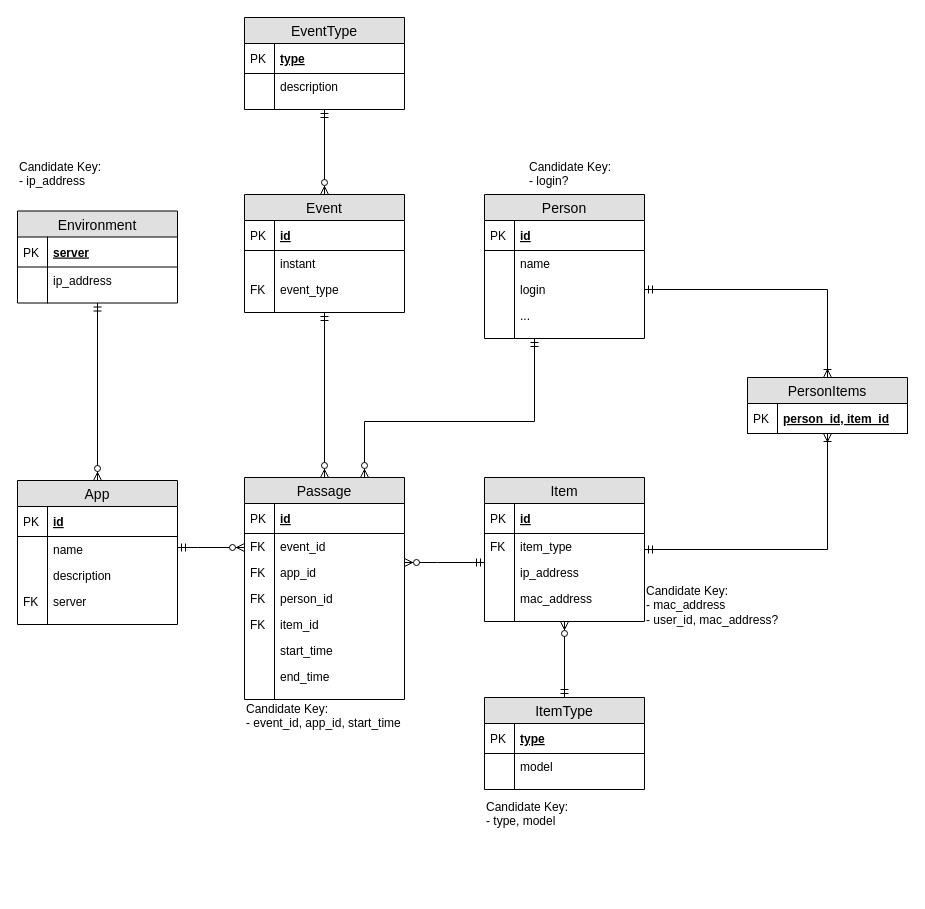
Above: page "ER Extended" (2 of 2) of documentation/models/db_model.drawio in apm1005/TFG (draw.io), before the change. Source tidied: cells renumbered, new cells numbered last; positions are measured from the earlier drawing's top-left corner, leaving out a move shared by most shapes. Both pictures are drawn from the tidied source at 100%, with x=0, y=0 at pixel (17, 17).
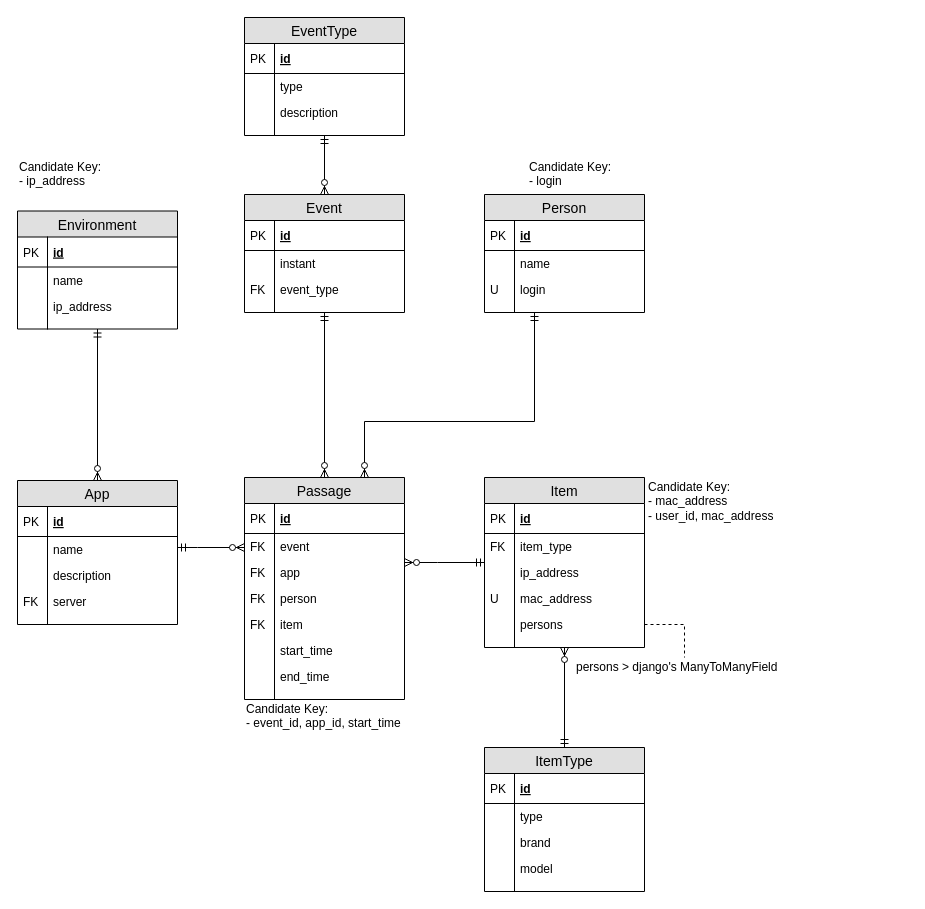
The same page after the edit.

Commit message:
Add documentation for data model #49

The change refers to these unchanged cells:
```xml
<mxCell id="26" value="Passage" style="swimlane;fontStyle=0;horizontal=1;startSize=26;fillColor=#e0e0e0;swimlaneFillColor=#ffffff;align=center;fontSize=14;" parent="1" vertex="1">
  <mxGeometry x="227" y="460" width="160" height="222" as="geometry" />
</mxCell>
<mxCell id="56" value="login" style="shape=partialRectangle;top=0;left=0;right=0;bottom=0;align=left;verticalAlign=top;fillColor=none;spacingLeft=34;spacingRight=4;overflow=hidden;points=[[0,0.5],[1,0.5]];portConstraint=eastwest;fontSize=12;" parent="51" vertex="1">
  <mxGeometry y="82" width="160" height="26" as="geometry" />
</mxCell>
<mxCell id="71" value="mac_address" style="shape=partialRectangle;top=0;left=0;right=0;bottom=0;align=left;verticalAlign=top;fillColor=none;spacingLeft=34;spacingRight=4;overflow=hidden;fontSize=12;" parent="64" vertex="1">
  <mxGeometry y="108" width="160" height="26" as="geometry" />
</mxCell>
```

What changed in the source:
```diff
@@
-    <mxCell id="29" value="event_id" style="shape=partialRectangle;top=0;left=0;right=0;bottom=0;align=left;verticalAlign=top;fillColor=none;spacingLeft=34;spacingRight=4;overflow=hidden;fontSize=12;" parent="26" vertex="1">
+    <mxCell id="29" value="event" style="shape=partialRectangle;top=0;left=0;right=0;bottom=0;align=left;verticalAlign=top;fillColor=none;spacingLeft=34;spacingRight=4;overflow=hidden;fontSize=12;" parent="26" vertex="1">
       <mxGeometry y="56" width="160" height="26" as="geometry" />
     </mxCell>
@@
-    <mxCell id="31" value="app_id" style="shape=partialRectangle;top=0;left=0;right=0;bottom=0;align=left;verticalAlign=top;fillColor=none;spacingLeft=34;spacingRight=4;overflow=hidden;fontSize=12;" parent="26" vertex="1">
+    <mxCell id="31" value="app" style="shape=partialRectangle;top=0;left=0;right=0;bottom=0;align=left;verticalAlign=top;fillColor=none;spacingLeft=34;spacingRight=4;overflow=hidden;fontSize=12;" parent="26" vertex="1">
       <mxGeometry y="82" width="160" height="26" as="geometry" />
     </mxCell>
@@
-    <mxCell id="33" value="person_id" style="shape=partialRectangle;top=0;left=0;right=0;bottom=0;align=left;verticalAlign=top;fillColor=none;spacingLeft=34;spacingRight=4;overflow=hidden;fontSize=12;" parent="26" vertex="1">
+    <mxCell id="33" value="person" style="shape=partialRectangle;top=0;left=0;right=0;bottom=0;align=left;verticalAlign=top;fillColor=none;spacingLeft=34;spacingRight=4;overflow=hidden;fontSize=12;" parent="26" vertex="1">
       <mxGeometry y="108" width="160" height="26" as="geometry" />
     </mxCell>
@@
-    <mxCell id="35" value="item_id&#10;" style="shape=partialRectangle;top=0;left=0;right=0;bottom=0;align=left;verticalAlign=top;fillColor=none;spacingLeft=34;spacingRight=4;overflow=hidden;fontSize=12;" parent="26" vertex="1">
+    <mxCell id="35" value="item" style="shape=partialRectangle;top=0;left=0;right=0;bottom=0;align=left;verticalAlign=top;fillColor=none;spacingLeft=34;spacingRight=4;overflow=hidden;fontSize=12;" parent="26" vertex="1">
       <mxGeometry y="134" width="160" height="26" as="geometry" />
     </mxCell>
@@
     <mxCell id="44" value="EventType" style="swimlane;fontStyle=0;horizontal=1;startSize=26;fillColor=#e0e0e0;swimlaneFillColor=#ffffff;align=center;fontSize=14;" parent="1" vertex="1">
-      <mxGeometry x="227" width="160" height="92" as="geometry" />
+      <mxGeometry x="227" width="160" height="118" as="geometry" />
     </mxCell>
-    <mxCell id="45" value="type" style="shape=partialRectangle;top=0;left=0;right=0;bottom=1;align=left;verticalAlign=middle;fillColor=none;spacingLeft=34;spacingRight=4;overflow=hidden;fontStyle=5;fontSize=12;" parent="44" vertex="1">
+    <mxCell id="45" value="id" style="shape=partialRectangle;top=0;left=0;right=0;bottom=1;align=left;verticalAlign=middle;fillColor=none;spacingLeft=34;spacingRight=4;overflow=hidden;fontStyle=5;fontSize=12;" parent="44" vertex="1">
       <mxGeometry y="26" width="160" height="30" as="geometry" />
     </mxCell>
@@
-    <mxCell id="47" value="description" style="shape=partialRectangle;top=0;left=0;right=0;bottom=0;align=left;verticalAlign=top;fillColor=none;spacingLeft=34;spacingRight=4;overflow=hidden;fontSize=12;" parent="44" vertex="1">
+    <mxCell id="47" value="type" style="shape=partialRectangle;top=0;left=0;right=0;bottom=0;align=left;verticalAlign=top;fillColor=none;spacingLeft=34;spacingRight=4;overflow=hidden;fontSize=12;" parent="44" vertex="1">
       <mxGeometry y="56" width="160" height="26" as="geometry" />
     </mxCell>
@@
+    <mxCell id="99" value="description" style="shape=partialRectangle;top=0;left=0;right=0;bottom=0;align=left;verticalAlign=top;fillColor=none;spacingLeft=34;spacingRight=4;overflow=hidden;fontSize=12;" parent="44" vertex="1">
+      <mxGeometry y="82" width="160" height="26" as="geometry" />
+    </mxCell>
+    <mxCell id="100" style="shape=partialRectangle;top=0;left=0;bottom=0;fillColor=none;align=left;verticalAlign=top;spacingLeft=4;spacingRight=4;overflow=hidden;fontSize=12;" parent="99" vertex="1">
+      <mxGeometry width="30" height="26" as="geometry" />
+    </mxCell>
     <mxCell id="49" style="shape=partialRectangle;top=0;left=0;right=0;bottom=0;align=left;verticalAlign=top;fillColor=none;spacingLeft=34;spacingRight=4;overflow=hidden;fontSize=12;" parent="44" vertex="1">
-      <mxGeometry y="82" width="160" height="10" as="geometry" />
+      <mxGeometry y="108" width="160" height="10" as="geometry" />
     </mxCell>
@@
     <mxCell id="51" value="Person" style="swimlane;fontStyle=0;horizontal=1;startSize=26;fillColor=#e0e0e0;swimlaneFillColor=#ffffff;align=center;fontSize=14;" parent="1" vertex="1">
-      <mxGeometry x="467" y="177" width="160" height="144" as="geometry" />
+      <mxGeometry x="467" y="177" width="160" height="118" as="geometry" />
     </mxCell>
@@
-    <mxCell id="57" style="shape=partialRectangle;top=0;left=0;bottom=0;fillColor=none;align=left;verticalAlign=top;spacingLeft=4;spacingRight=4;overflow=hidden;fontSize=12;" parent="56" vertex="1">
+    <mxCell id="57" value="U" style="shape=partialRectangle;top=0;left=0;bottom=0;fillColor=none;align=left;verticalAlign=top;spacingLeft=4;spacingRight=4;overflow=hidden;fontSize=12;" parent="56" vertex="1">
       <mxGeometry width="30" height="26" as="geometry" />
     </mxCell>
-    <mxCell id="58" value="..." style="shape=partialRectangle;top=0;left=0;right=0;bottom=0;align=left;verticalAlign=top;fillColor=none;spacingLeft=34;spacingRight=4;overflow=hidden;fontSize=12;" parent="51" vertex="1">
-      <mxGeometry y="108" width="160" height="26" as="geometry" />
-    </mxCell>
-    <mxCell id="59" style="shape=partialRectangle;top=0;left=0;bottom=0;fillColor=none;align=left;verticalAlign=top;spacingLeft=4;spacingRight=4;overflow=hidden;fontSize=12;" parent="58" vertex="1">
-      <mxGeometry width="30" height="26" as="geometry" />
-    </mxCell>
     <mxCell id="60" style="shape=partialRectangle;top=0;left=0;right=0;bottom=0;align=left;verticalAlign=top;fillColor=none;spacingLeft=34;spacingRight=4;overflow=hidden;fontSize=12;" parent="51" vertex="1">
-      <mxGeometry y="134" width="160" height="10" as="geometry" />
+      <mxGeometry y="108" width="160" height="10" as="geometry" />
     </mxCell>
@@
-    <mxCell id="63" style="edgeStyle=orthogonalEdgeStyle;rounded=0;jettySize=auto;html=1;startArrow=ERmandOne;startFill=0;endArrow=ERoneToMany;endFill=0;" parent="1" edge="1" source="64" target="95">
-      <mxGeometry relative="1" as="geometry" />
-    </mxCell>
     <mxCell id="64" value="Item" style="swimlane;fontStyle=0;horizontal=1;startSize=26;fillColor=#e0e0e0;swimlaneFillColor=#ffffff;align=center;fontSize=14;" parent="1" vertex="1">
-      <mxGeometry x="467" y="460" width="160" height="144" as="geometry" />
+      <mxGeometry x="467" y="460" width="160" height="170" as="geometry" />
     </mxCell>
@@
-    <mxCell id="72" style="shape=partialRectangle;top=0;left=0;bottom=0;fillColor=none;align=left;verticalAlign=top;spacingLeft=4;spacingRight=4;overflow=hidden;fontSize=12;" parent="71" vertex="1">
+    <mxCell id="72" value="U" style="shape=partialRectangle;top=0;left=0;bottom=0;fillColor=none;align=left;verticalAlign=top;spacingLeft=4;spacingRight=4;overflow=hidden;fontSize=12;" parent="71" vertex="1">
       <mxGeometry width="30" height="26" as="geometry" />
     </mxCell>
+    <mxCell id="101" value="persons" style="shape=partialRectangle;top=0;left=0;right=0;bottom=0;align=left;verticalAlign=top;fillColor=none;spacingLeft=34;spacingRight=4;overflow=hidden;points=[[0,0.5],[1,0.5]];portConstraint=eastwest;fontSize=12;" parent="64" vertex="1">
+      <mxGeometry y="134" width="160" height="26" as="geometry" />
+    </mxCell>
+    <mxCell id="102" style="shape=partialRectangle;top=0;left=0;bottom=0;fillColor=none;align=left;verticalAlign=top;spacingLeft=4;spacingRight=4;overflow=hidden;fontSize=12;" parent="101" vertex="1">
+      <mxGeometry width="30" height="26" as="geometry" />
+    </mxCell>
     <mxCell id="73" style="shape=partialRectangle;top=0;left=0;right=0;bottom=0;align=left;verticalAlign=top;fillColor=none;spacingLeft=34;spacingRight=4;overflow=hidden;fontSize=12;" parent="64" vertex="1">
-      <mxGeometry y="134" width="160" height="10" as="geometry" />
+      <mxGeometry y="160" width="160" height="10" as="geometry" />
     </mxCell>
@@
     <mxCell id="76" value="ItemType" style="swimlane;fontStyle=0;horizontal=1;startSize=26;fillColor=#e0e0e0;swimlaneFillColor=#ffffff;align=center;fontSize=14;" parent="1" vertex="1">
-      <mxGeometry x="467" y="680" width="160" height="92" as="geometry" />
+      <mxGeometry x="467" y="730" width="160" height="144" as="geometry" />
     </mxCell>
-    <mxCell id="77" value="type" style="shape=partialRectangle;top=0;left=0;right=0;bottom=1;align=left;verticalAlign=middle;fillColor=none;spacingLeft=34;spacingRight=4;overflow=hidden;fontStyle=5;fontSize=12;" parent="76" vertex="1">
+    <mxCell id="77" value="id" style="shape=partialRectangle;top=0;left=0;right=0;bottom=1;align=left;verticalAlign=middle;fillColor=none;spacingLeft=34;spacingRight=4;overflow=hidden;fontStyle=5;fontSize=12;" parent="76" vertex="1">
       <mxGeometry y="26" width="160" height="30" as="geometry" />
     </mxCell>
@@
-    <mxCell id="79" value="model" style="shape=partialRectangle;top=0;left=0;right=0;bottom=0;align=left;verticalAlign=top;fillColor=none;spacingLeft=34;spacingRight=4;overflow=hidden;fontSize=12;" parent="76" vertex="1">
+    <mxCell id="79" value="type" style="shape=partialRectangle;top=0;left=0;right=0;bottom=0;align=left;verticalAlign=top;fillColor=none;spacingLeft=34;spacingRight=4;overflow=hidden;fontSize=12;" parent="76" vertex="1">
       <mxGeometry y="56" width="160" height="26" as="geometry" />
     </mxCell>
@@
+    <mxCell id="103" value="brand" style="shape=partialRectangle;top=0;left=0;right=0;bottom=0;align=left;verticalAlign=top;fillColor=none;spacingLeft=34;spacingRight=4;overflow=hidden;fontSize=12;" parent="76" vertex="1">
+      <mxGeometry y="82" width="160" height="26" as="geometry" />
+    </mxCell>
+    <mxCell id="104" style="shape=partialRectangle;top=0;left=0;bottom=0;fillColor=none;align=left;verticalAlign=top;spacingLeft=4;spacingRight=4;overflow=hidden;fontSize=12;" parent="103" vertex="1">
+      <mxGeometry width="30" height="26" as="geometry" />
+    </mxCell>
+    <mxCell id="105" value="model" style="shape=partialRectangle;top=0;left=0;right=0;bottom=0;align=left;verticalAlign=top;fillColor=none;spacingLeft=34;spacingRight=4;overflow=hidden;fontSize=12;" parent="76" vertex="1">
+      <mxGeometry y="108" width="160" height="26" as="geometry" />
+    </mxCell>
+    <mxCell id="106" style="shape=partialRectangle;top=0;left=0;bottom=0;fillColor=none;align=left;verticalAlign=top;spacingLeft=4;spacingRight=4;overflow=hidden;fontSize=12;" parent="105" vertex="1">
+      <mxGeometry width="30" height="26" as="geometry" />
+    </mxCell>
     <mxCell id="81" style="shape=partialRectangle;top=0;left=0;right=0;bottom=0;align=left;verticalAlign=top;fillColor=none;spacingLeft=34;spacingRight=4;overflow=hidden;fontSize=12;" parent="76" vertex="1">
-      <mxGeometry y="82" width="160" height="10" as="geometry" />
+      <mxGeometry y="134" width="160" height="10" as="geometry" />
     </mxCell>
@@
-    <mxCell id="83" value="Candidate Key: &lt;br&gt;- type, model" style="text;html=1;align=left;verticalAlign=top;spacingTop=-4;" parent="1" vertex="1">
-      <mxGeometry x="467" y="780" width="100" height="30" as="geometry" />
-    </mxCell>
     <mxCell id="84" value="Environment" style="swimlane;fontStyle=0;horizontal=1;startSize=26;fillColor=#e0e0e0;swimlaneFillColor=#ffffff;align=center;fontSize=14;" parent="1" vertex="1">
-      <mxGeometry y="193.5" width="160" height="92" as="geometry" />
+      <mxGeometry y="193.5" width="160" height="118" as="geometry" />
     </mxCell>
-    <mxCell id="85" value="server" style="shape=partialRectangle;top=0;left=0;right=0;bottom=1;align=left;verticalAlign=middle;fillColor=none;spacingLeft=34;spacingRight=4;overflow=hidden;fontStyle=5;fontSize=12;" parent="84" vertex="1">
+    <mxCell id="85" value="id" style="shape=partialRectangle;top=0;left=0;right=0;bottom=1;align=left;verticalAlign=middle;fillColor=none;spacingLeft=34;spacingRight=4;overflow=hidden;fontStyle=5;fontSize=12;" parent="84" vertex="1">
       <mxGeometry y="26" width="160" height="30" as="geometry" />
     </mxCell>
@@
-    <mxCell id="87" value="ip_address" style="shape=partialRectangle;top=0;left=0;right=0;bottom=0;align=left;verticalAlign=top;fillColor=none;spacingLeft=34;spacingRight=4;overflow=hidden;fontSize=12;" parent="84" vertex="1">
+    <mxCell id="87" value="name" style="shape=partialRectangle;top=0;left=0;right=0;bottom=0;align=left;verticalAlign=top;fillColor=none;spacingLeft=34;spacingRight=4;overflow=hidden;fontSize=12;" parent="84" vertex="1">
       <mxGeometry y="56" width="160" height="26" as="geometry" />
     </mxCell>
@@
+    <mxCell id="107" value="ip_address" style="shape=partialRectangle;top=0;left=0;right=0;bottom=0;align=left;verticalAlign=top;fillColor=none;spacingLeft=34;spacingRight=4;overflow=hidden;fontSize=12;" parent="84" vertex="1">
+      <mxGeometry y="82" width="160" height="26" as="geometry" />
+    </mxCell>
+    <mxCell id="108" style="shape=partialRectangle;top=0;left=0;bottom=0;fillColor=none;align=left;verticalAlign=top;spacingLeft=4;spacingRight=4;overflow=hidden;fontSize=12;" parent="107" vertex="1">
+      <mxGeometry width="30" height="26" as="geometry" />
+    </mxCell>
     <mxCell id="89" style="shape=partialRectangle;top=0;left=0;right=0;bottom=0;align=left;verticalAlign=top;fillColor=none;spacingLeft=34;spacingRight=4;overflow=hidden;fontSize=12;" parent="84" vertex="1">
-      <mxGeometry y="82" width="160" height="10" as="geometry" />
+      <mxGeometry y="108" width="160" height="10" as="geometry" />
     </mxCell>
@@
-    <mxCell id="92" value="Candidate Key:&lt;br&gt;- mac_address&lt;br&gt;- user_id, mac_address?" style="text;html=1;align=left;verticalAlign=top;spacingTop=-4;" parent="1" vertex="1">
-      <mxGeometry x="627" y="564" width="150" height="40" as="geometry" />
+    <mxCell id="92" value="Candidate Key:&lt;br&gt;- mac_address&lt;br&gt;- user_id, mac_address" style="text;html=1;align=left;verticalAlign=top;spacingTop=-4;" parent="1" vertex="1">
+      <mxGeometry x="629" y="460" width="140" height="40" as="geometry" />
     </mxCell>
-    <mxCell id="93" value="Candidate Key:&lt;br&gt;- login?" style="text;html=1;align=left;verticalAlign=top;spacingTop=-4;" parent="1" vertex="1">
+    <mxCell id="93" value="Candidate Key:&lt;br&gt;- login" style="text;html=1;align=left;verticalAlign=top;spacingTop=-4;" parent="1" vertex="1">
       <mxGeometry x="510" y="140" width="100" height="30" as="geometry" />
     </mxCell>
@@
-    <mxCell id="95" value="PersonItems" style="swimlane;fontStyle=0;horizontal=1;startSize=26;fillColor=#e0e0e0;swimlaneFillColor=#ffffff;align=center;fontSize=14;" parent="1" vertex="1">
-      <mxGeometry x="730" y="360" width="160" height="56" as="geometry" />
-    </mxCell>
-    <mxCell id="96" value="person_id, item_id" style="shape=partialRectangle;top=0;left=0;right=0;bottom=1;align=left;verticalAlign=middle;fillColor=none;spacingLeft=34;spacingRight=4;overflow=hidden;fontStyle=5;fontSize=12;" parent="95" vertex="1">
-      <mxGeometry y="26" width="160" height="30" as="geometry" />
-    </mxCell>
-    <mxCell id="97" value="PK" style="shape=partialRectangle;top=0;left=0;bottom=0;fillColor=none;align=left;verticalAlign=middle;spacingLeft=4;spacingRight=4;overflow=hidden;fontSize=12;" parent="96" vertex="1">
-      <mxGeometry width="30" height="30" as="geometry" />
-    </mxCell>
-    <mxCell id="98" style="edgeStyle=orthogonalEdgeStyle;rounded=0;jettySize=auto;html=1;exitX=1;exitY=0.5;exitDx=0;exitDy=0;startArrow=ERmandOne;startFill=0;endArrow=ERoneToMany;endFill=0;" parent="1" edge="1" source="56" target="95">
-      <mxGeometry relative="1" as="geometry" />
-    </mxCell>
+    <mxCell id="109" value="persons &amp;gt; django's ManyToManyField" style="text;html=1;points=[];align=left;verticalAlign=top;spacingTop=-4;" parent="1" vertex="1">
+      <mxGeometry x="557" y="640" width="220" height="20" as="geometry" />
+    </mxCell>
+    <mxCell id="110" style="edgeStyle=orthogonalEdgeStyle;rounded=0;jettySize=auto;html=1;exitX=1;exitY=0.5;exitDx=0;exitDy=0;dashed=1;endArrow=none;endFill=0;" parent="1" edge="1" source="101" target="109">
+      <mxGeometry relative="1" as="geometry" />
+    </mxCell>
```
